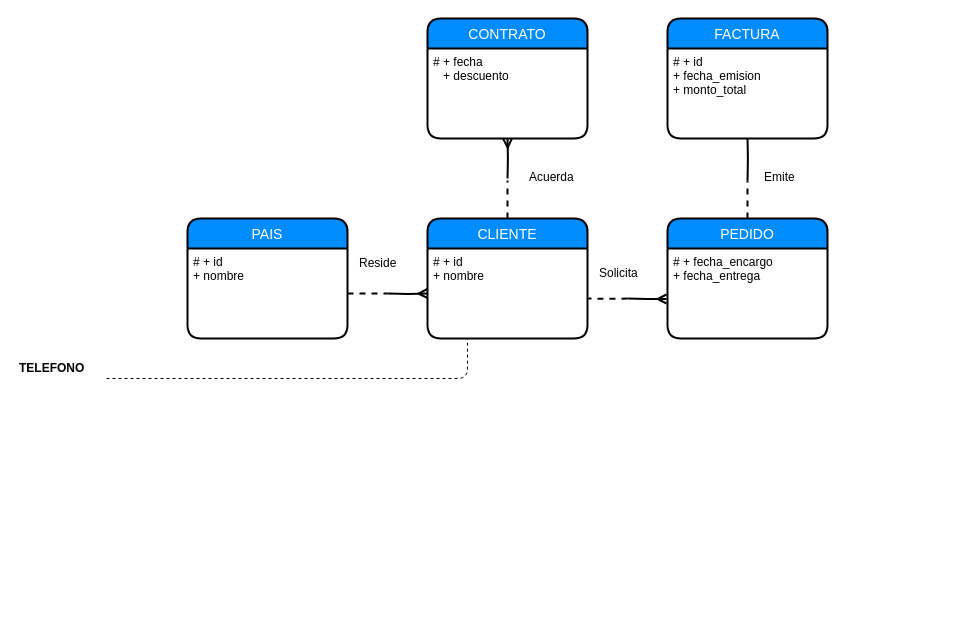
This is Documentos/Rubrica1/MER/ventas.drawio from gctv01/BD1Project2019, a draw.io file, before an edit. Source tidied: cells renumbered, new cells numbered last; positions are measured from the earlier drawing's top-left corner, leaving out a move shared by most shapes. Both pictures are drawn from the tidied source at 100%, with x=0, y=0 at pixel (17, 18).
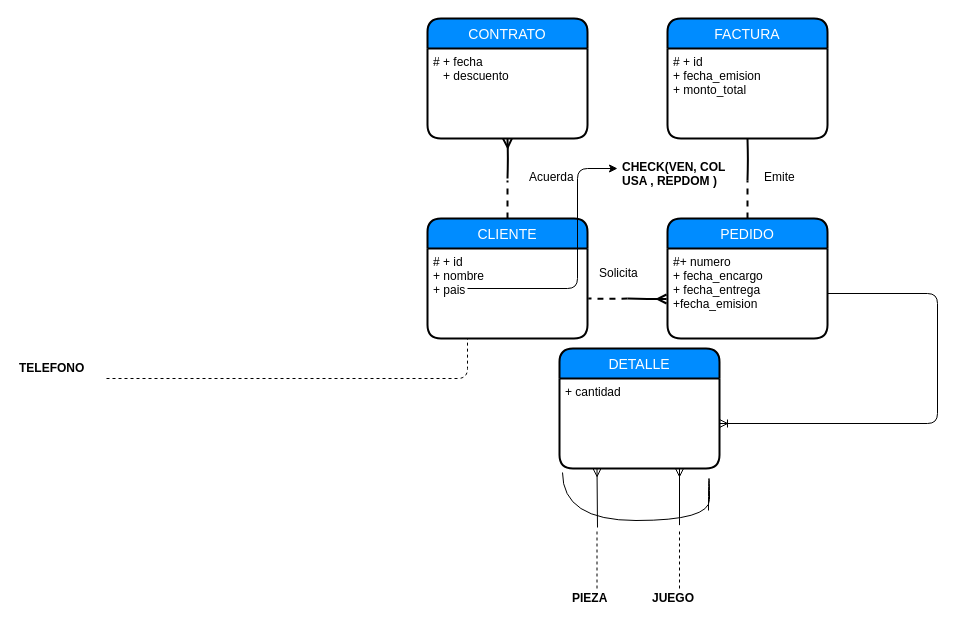
The same page after the edit.

Commit message (it also covers changes not shown here):
Arreglado el logico de ventas

The change refers to these unchanged cells:
```xml
<mxCell id="11" value="CLIENTE" style="swimlane;horizontal=1;startSize=30;fillColor=#008cff;fontColor=#FFFFFF;rounded=1;fontSize=14;fontStyle=0;strokeWidth=2;shadow=0;dashed=0;align=center;" parent="1" vertex="1">
  <mxGeometry x="410" y="200" width="160" height="120" as="geometry" />
</mxCell>
<mxCell id="15" value="PEDIDO" style="swimlane;horizontal=1;startSize=30;fillColor=#008cff;fontColor=#FFFFFF;rounded=1;fontSize=14;fontStyle=0;strokeWidth=2;shadow=0;dashed=0;align=center;" parent="1" vertex="1">
  <mxGeometry x="650" y="200" width="160" height="120" as="geometry" />
</mxCell>
```

Diff of the diagram source:
```diff
@@
-    <mxCell id="7" style="edgeStyle=orthogonalEdgeStyle;fontSize=12;html=1;endArrow=ERmany;startArrow=none;strokeWidth=2;entryX=0;entryY=0.5;entryDx=0;entryDy=0;endFill=0;startFill=0;" parent="1" edge="1" target="12">
-      <mxGeometry relative="1" as="geometry">
-        <mxPoint x="370" y="275" as="sourcePoint" />
-      </mxGeometry>
-    </mxCell>
@@
+    <mxCell id="26" style="endArrow=classic;html=1;edgeStyle=elbowEdgeStyle;" parent="11" edge="1">
+      <mxGeometry relative="1" as="geometry">
+        <mxPoint x="40" y="70" as="sourcePoint" />
+        <mxPoint x="190" y="-50" as="targetPoint" />
+        <Array as="points">
+          <mxPoint x="150" y="10" />
+        </Array>
+      </mxGeometry>
+    </mxCell>
-    <mxCell id="12" value="# + id&#10;+ nombre&#10;" style="align=left;strokeColor=none;fillColor=none;spacingLeft=4;fontSize=12;verticalAlign=top;" parent="11" vertex="1">
+    <mxCell id="12" value="# + id&#10;+ nombre&#10;+ pais&#10;" style="align=left;strokeColor=none;fillColor=none;spacingLeft=4;fontSize=12;verticalAlign=top;" parent="11" vertex="1">
       <mxGeometry y="30" width="160" height="90" as="geometry" />
     </mxCell>
-    <mxCell id="13" value="PAIS" style="swimlane;horizontal=1;startSize=30;fillColor=#008cff;fontColor=#FFFFFF;rounded=1;fontSize=14;fontStyle=0;strokeWidth=2;shadow=0;dashed=0;align=center;" parent="1" vertex="1">
-      <mxGeometry x="170" y="200" width="160" height="120" as="geometry" />
-    </mxCell>
-    <mxCell id="14" value="# + id&#10;+ nombre&#10;" style="align=left;strokeColor=none;fillColor=none;spacingLeft=4;fontSize=12;verticalAlign=top;" parent="13" vertex="1">
-      <mxGeometry y="30" width="160" height="90" as="geometry" />
-    </mxCell>
@@
-    <mxCell id="16" value="# + fecha_encargo&#10;+ fecha_entrega&#10;" style="align=left;strokeColor=none;fillColor=none;spacingLeft=4;fontSize=12;verticalAlign=top;" parent="15" vertex="1">
+    <mxCell id="16" value="#+ numero&#10;+ fecha_encargo&#10;+ fecha_entrega&#10;+fecha_emision&#10;" style="align=left;strokeColor=none;fillColor=none;spacingLeft=4;fontSize=12;verticalAlign=top;" parent="15" vertex="1">
       <mxGeometry y="30" width="160" height="90" as="geometry" />
     </mxCell>
@@
-    <mxCell id="19" style="edgeStyle=orthogonalEdgeStyle;fontSize=12;html=1;endArrow=none;startArrow=none;strokeWidth=2;endFill=0;startFill=0;exitX=1;exitY=0.5;exitDx=0;exitDy=0;dashed=1;" parent="1" edge="1" source="14">
-      <mxGeometry relative="1" as="geometry">
-        <mxPoint x="370" y="275" as="targetPoint" />
-      </mxGeometry>
-    </mxCell>
@@
-    <mxCell id="23" value="Reside" style="text;html=1;align=left;verticalAlign=top;spacingTop=-4;" parent="1" vertex="1">
-      <mxGeometry x="340" y="235" width="50" height="20" as="geometry" />
-    </mxCell>
@@
+    <mxCell id="27" value="CHECK(VEN, COL&lt;br&gt;USA , REPDOM )" style="text;html=1;align=left;verticalAlign=top;spacingTop=-4;fontStyle=1;" parent="1" vertex="1">
+      <mxGeometry x="602.5" y="139" width="120" height="30" as="geometry" />
+    </mxCell>
+    <mxCell id="28" style="fontSize=12;html=1;endArrow=ERoneToMany;startArrow=none;startFill=0;endFill=0;exitX=1;exitY=0.5;exitDx=0;exitDy=0;entryX=1;entryY=0.5;entryDx=0;entryDy=0;" parent="1" edge="1" source="16" target="30">
+      <mxGeometry relative="1" as="geometry">
+        <Array as="points">
+          <mxPoint x="920" y="275" />
+          <mxPoint x="920" y="405" />
+        </Array>
+      </mxGeometry>
+    </mxCell>
+    <mxCell id="29" value="DETALLE" style="swimlane;horizontal=1;startSize=30;fillColor=#008cff;fontColor=#FFFFFF;rounded=1;fontSize=14;fontStyle=0;strokeWidth=2;shadow=0;dashed=0;align=center;" parent="1" vertex="1">
+      <mxGeometry x="542" y="330" width="160" height="120" as="geometry" />
+    </mxCell>
+    <mxCell id="30" value="+ cantidad&#10;" style="align=left;strokeColor=none;fillColor=none;spacingLeft=4;fontSize=12;verticalAlign=top;" parent="29" vertex="1">
+      <mxGeometry y="30" width="160" height="90" as="geometry" />
+    </mxCell>
+    <mxCell id="31" style="fontSize=12;html=1;endArrow=ERmany;startArrow=none;startFill=0;entryX=0.75;entryY=1;entryDx=0;entryDy=0;" parent="1" edge="1" target="30">
+      <mxGeometry relative="1" as="geometry">
+        <mxPoint x="662" y="500" as="sourcePoint" />
+        <Array as="points">
+          <mxPoint x="662" y="510" />
+        </Array>
+      </mxGeometry>
+    </mxCell>
+    <mxCell id="32" style="fontSize=12;html=1;endArrow=ERmany;startArrow=none;startFill=0;entryX=0.838;entryY=1.011;entryDx=0;entryDy=0;entryPerimeter=0;" parent="1" edge="1">
+      <mxGeometry relative="1" as="geometry">
+        <mxPoint x="580" y="509" as="sourcePoint" />
+        <mxPoint x="579.5" y="450" as="targetPoint" />
+        <Array as="points">
+          <mxPoint x="579.5" y="509" />
+        </Array>
+      </mxGeometry>
+    </mxCell>
+    <mxCell id="33" style="fontSize=12;html=1;endArrow=none;startArrow=none;dashed=1;startFill=0;endFill=0;" parent="1" edge="1">
+      <mxGeometry relative="1" as="geometry">
+        <mxPoint x="579.5" y="570" as="sourcePoint" />
+        <mxPoint x="579.5" y="510" as="targetPoint" />
+      </mxGeometry>
+    </mxCell>
+    <mxCell id="34" style="fontSize=12;html=1;endArrow=none;startArrow=none;dashed=1;startFill=0;endFill=0;" parent="1" edge="1">
+      <mxGeometry relative="1" as="geometry">
+        <mxPoint x="662" y="570" as="sourcePoint" />
+        <mxPoint x="662" y="510" as="targetPoint" />
+      </mxGeometry>
+    </mxCell>
+    <mxCell id="35" value="&lt;b&gt;PIEZA&lt;/b&gt;" style="text;html=1;align=left;verticalAlign=top;spacingTop=-4;" parent="1" vertex="1">
+      <mxGeometry x="552.5" y="570" width="50" height="20" as="geometry" />
+    </mxCell>
+    <mxCell id="36" value="&lt;b&gt;JUEGO&lt;/b&gt;" style="text;html=1;align=left;verticalAlign=top;spacingTop=-4;" parent="1" vertex="1">
+      <mxGeometry x="632.5" y="570" width="60" height="20" as="geometry" />
+    </mxCell>
+    <mxCell id="37" style="endArrow=none;html=1;edgeStyle=orthogonalEdgeStyle;curved=1;" parent="1" edge="1">
+      <mxGeometry relative="1" as="geometry">
+        <mxPoint x="691" y="492" as="sourcePoint" />
+        <mxPoint x="545" y="454" as="targetPoint" />
+        <Array as="points">
+          <mxPoint x="691" y="460" />
+          <mxPoint x="692" y="460" />
+          <mxPoint x="692" y="502" />
+          <mxPoint x="545" y="502" />
+        </Array>
+      </mxGeometry>
+    </mxCell>
```
